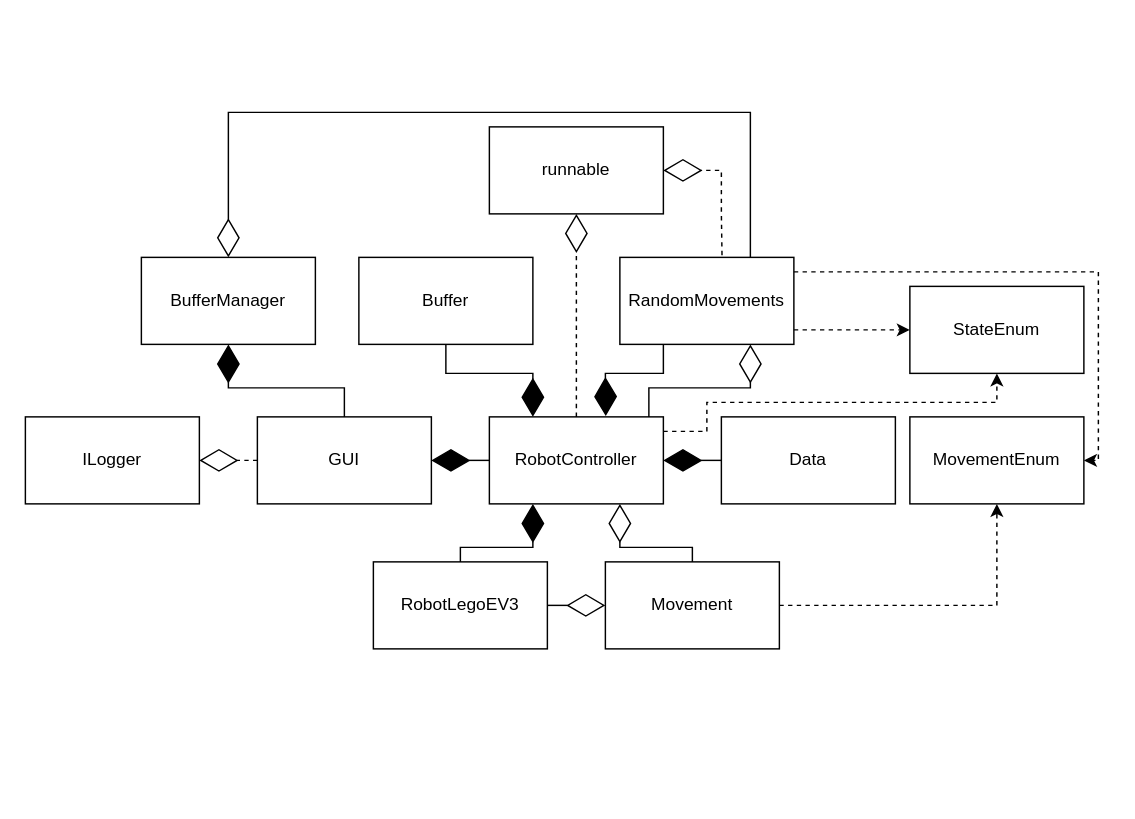
Earlier version of the draw.io diagram UML.drawio (Dexiis/FSO-TP2). Source tidied: cells renumbered, new cells numbered last; positions are measured from the earlier drawing's top-left corner, leaving out a move shared by most shapes. Both pictures are drawn from the tidied source at 145%, with x=0, y=0 at pixel (25, 112).
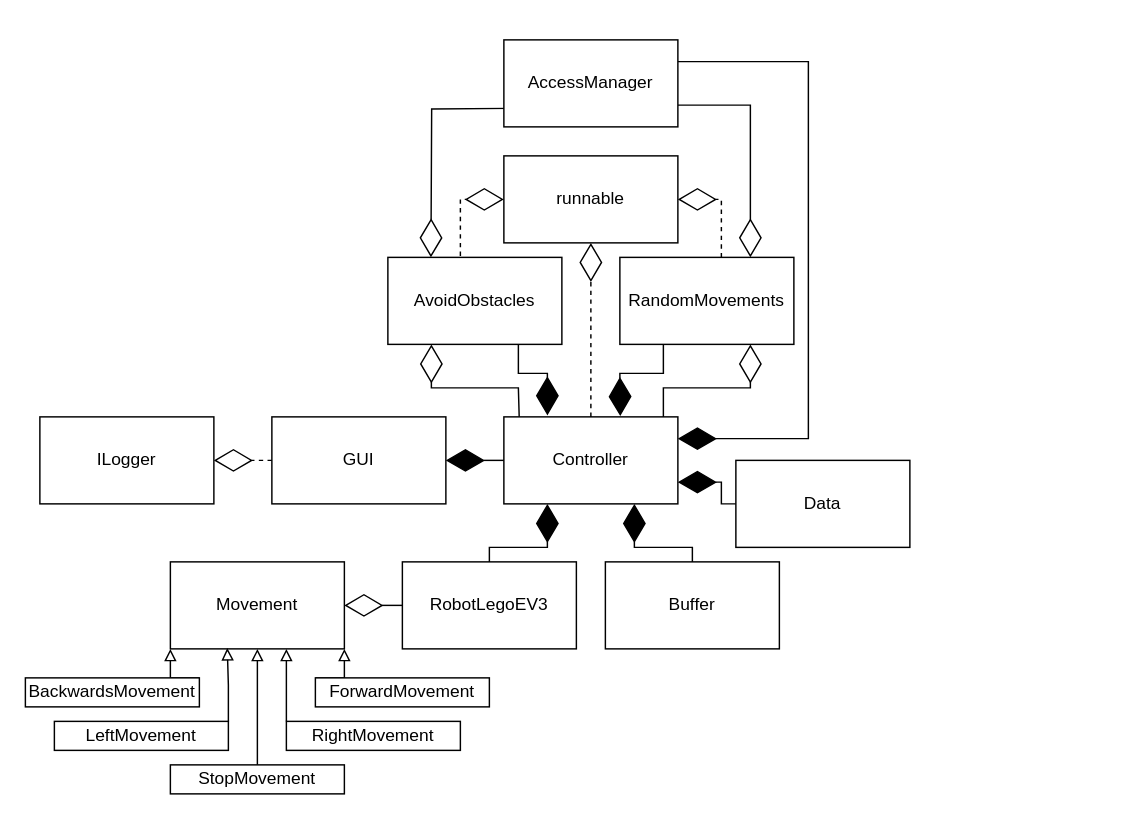
The same diagram, later.

The change refers to these unchanged cells:
```xml
<mxCell id="4" value="RandomMovements" style="rounded=0;whiteSpace=wrap;html=1;" parent="1" vertex="1">
  <mxGeometry x="410" y="100" width="120" height="60" as="geometry" />
</mxCell>
```

What changed in the source:
```diff
@@
     <mxCell id="2" value="Data" style="rounded=0;whiteSpace=wrap;html=1;" parent="1" vertex="1">
-      <mxGeometry x="480" y="210" width="120" height="60" as="geometry" />
+      <mxGeometry x="490" y="240" width="120" height="60" as="geometry" />
     </mxCell>
     <mxCell id="3" value="GUI" style="rounded=0;whiteSpace=wrap;html=1;" parent="1" vertex="1">
-      <mxGeometry x="160" y="210" width="120" height="60" as="geometry" />
+      <mxGeometry x="170" y="210" width="120" height="60" as="geometry" />
     </mxCell>
@@
     <mxCell id="5" value="runnable" style="rounded=0;whiteSpace=wrap;html=1;" parent="1" vertex="1">
-      <mxGeometry x="320" y="10" width="120" height="60" as="geometry" />
+      <mxGeometry x="330" y="30" width="120" height="60" as="geometry" />
     </mxCell>
-    <mxCell id="6" value="RobotController" style="rounded=0;whiteSpace=wrap;html=1;" parent="1" vertex="1">
-      <mxGeometry x="320" y="210" width="120" height="60" as="geometry" />
+    <mxCell id="6" value="&lt;div&gt;&lt;span style=&quot;background-color: transparent; color: light-dark(rgb(0, 0, 0), rgb(255, 255, 255));&quot;&gt;Controller&lt;/span&gt;&lt;/div&gt;" style="rounded=0;whiteSpace=wrap;html=1;" parent="1" vertex="1">
+      <mxGeometry x="330" y="210" width="120" height="60" as="geometry" />
     </mxCell>
     <mxCell id="7" style="endArrow=diamondThin;endFill=1;endSize=24;html=1;rounded=0;exitX=0;exitY=0.5;exitDx=0;exitDy=0;" parent="1" edge="1" source="6" target="3">
       <mxGeometry relative="1" as="geometry">
         <Array as="points">
-          <mxPoint x="280" y="240" />
+          <mxPoint x="290" y="240" />
         </Array>
       </mxGeometry>
     </mxCell>
     <mxCell id="8" style="endArrow=diamondThin;endFill=1;endSize=24;html=1;rounded=0;exitX=0;exitY=0.5;exitDx=0;exitDy=0;entryX=0.5;entryY=1;entryDx=0;entryDy=0;" parent="1" edge="1" source="2">
       <mxGeometry relative="1" as="geometry">
-        <mxPoint x="440" y="240" as="targetPoint" />
+        <mxPoint x="450" y="255" as="targetPoint" />
+        <Array as="points">
+          <mxPoint x="480" y="270" />
+          <mxPoint x="480" y="255" />
+        </Array>
       </mxGeometry>
     </mxCell>
     <mxCell id="9" value="Movement" style="rounded=0;whiteSpace=wrap;html=1;" parent="1" vertex="1">
-      <mxGeometry x="400" y="310" width="120" height="60" as="geometry" />
+      <mxGeometry x="100" y="310" width="120" height="60" as="geometry" />
     </mxCell>
-    <mxCell id="10" value="MovementEnum" style="rounded=0;whiteSpace=wrap;html=1;" parent="1" vertex="1">
-      <mxGeometry x="610" y="210" width="120" height="60" as="geometry" />
-    </mxCell>
     <mxCell id="11" value="ILogger" style="rounded=0;whiteSpace=wrap;html=1;" parent="1" vertex="1">
-      <mxGeometry y="210" width="120" height="60" as="geometry" />
+      <mxGeometry x="10" y="210" width="120" height="60" as="geometry" />
     </mxCell>
     <mxCell id="12" value="Buffer" style="rounded=0;whiteSpace=wrap;html=1;" parent="1" vertex="1">
-      <mxGeometry x="230" y="100" width="120" height="60" as="geometry" />
+      <mxGeometry x="400" y="310" width="120" height="60" as="geometry" />
     </mxCell>
     <mxCell id="13" value="RobotLegoEV3" style="rounded=0;whiteSpace=wrap;html=1;" parent="1" vertex="1">
-      <mxGeometry x="240" y="310" width="120" height="60" as="geometry" />
+      <mxGeometry x="260" y="310" width="120" height="60" as="geometry" />
     </mxCell>
     <mxCell id="14" style="endArrow=diamondThin;endFill=1;endSize=24;html=1;rounded=0;exitX=0.5;exitY=0;exitDx=0;exitDy=0;entryX=0.25;entryY=1;entryDx=0;entryDy=0;" parent="1" edge="1" source="13" target="6">
       <mxGeometry relative="1" as="geometry">
         <Array as="points">
-          <mxPoint x="300" y="300" />
-          <mxPoint x="350" y="300" />
+          <mxPoint x="320" y="300" />
+          <mxPoint x="360" y="300" />
         </Array>
       </mxGeometry>
     </mxCell>
-    <mxCell id="15" style="endArrow=diamondThin;endFill=0;endSize=24;html=1;rounded=0;entryX=0.25;entryY=1;entryDx=0;entryDy=0;exitX=0.5;exitY=0;exitDx=0;exitDy=0;" parent="1" edge="1" source="9">
-      <mxGeometry relative="1" as="geometry">
-        <mxPoint x="410" y="270" as="targetPoint" />
-        <Array as="points">
-          <mxPoint x="460" y="300" />
-          <mxPoint x="450" y="300" />
-          <mxPoint x="410" y="300" />
-        </Array>
-      </mxGeometry>
-    </mxCell>
-    <mxCell id="16" style="endArrow=diamondThin;endFill=0;endSize=24;html=1;rounded=0;entryX=1;entryY=0.5;entryDx=0;entryDy=0;exitX=0.587;exitY=-0.025;exitDx=0;exitDy=0;dashed=1;exitPerimeter=0;" parent="1" edge="1" source="4" target="5">
+    <mxCell id="16" style="endArrow=diamondThin;endFill=0;endSize=24;html=1;rounded=0;entryX=1;entryY=0.5;entryDx=0;entryDy=0;dashed=1;" parent="1" edge="1" target="5">
       <mxGeometry relative="1" as="geometry">
+        <mxPoint x="480" y="100" as="sourcePoint" />
         <Array as="points">
-          <mxPoint x="480" y="70" />
-          <mxPoint x="480" y="40" />
+          <mxPoint x="480" y="60" />
         </Array>
       </mxGeometry>
     </mxCell>
@@
-    <mxCell id="19" style="endArrow=diamondThin;endFill=0;endSize=24;html=1;rounded=0;entryX=0;entryY=0.5;entryDx=0;entryDy=0;" parent="1" edge="1" target="9">
-      <mxGeometry relative="1" as="geometry">
-        <mxPoint x="360" y="340" as="sourcePoint" />
-      </mxGeometry>
+    <mxCell id="19" style="endArrow=diamondThin;endFill=0;endSize=24;html=1;rounded=0;entryX=1;entryY=0.5;entryDx=0;entryDy=0;exitX=0;exitY=0.5;exitDx=0;exitDy=0;" parent="1" edge="1" source="13" target="9">
+      <mxGeometry relative="1" as="geometry" />
     </mxCell>
-    <mxCell id="20" style="endArrow=classic;html=1;rounded=0;dashed=1;entryX=0.5;entryY=1;entryDx=0;entryDy=0;fontStyle=1;" parent="1" edge="1" target="10">
-      <mxGeometry relative="1" as="geometry">
-        <mxPoint x="520" y="340" as="sourcePoint" />
-        <Array as="points">
-          <mxPoint x="670" y="340" />
-        </Array>
-      </mxGeometry>
-    </mxCell>
-    <mxCell id="21" value="StateEnum" style="rounded=0;whiteSpace=wrap;html=1;" parent="1" vertex="1">
-      <mxGeometry x="610" y="120" width="120" height="60" as="geometry" />
-    </mxCell>
     <mxCell id="22" style="endArrow=diamondThin;endFill=0;endSize=24;html=1;rounded=0;entryX=0.75;entryY=1;entryDx=0;entryDy=0;" parent="1" edge="1" target="4">
       <mxGeometry relative="1" as="geometry">
-        <mxPoint x="430" y="210" as="sourcePoint" />
+        <mxPoint x="440" y="210" as="sourcePoint" />
         <Array as="points">
-          <mxPoint x="430" y="190" />
+          <mxPoint x="440" y="190" />
           <mxPoint x="500" y="190" />
         </Array>
       </mxGeometry>
     </mxCell>
     <mxCell id="23" style="endArrow=diamondThin;endFill=1;endSize=24;html=1;rounded=0;entryX=0.669;entryY=-0.009;entryDx=0;entryDy=0;entryPerimeter=0;exitX=0.25;exitY=1;exitDx=0;exitDy=0;" parent="1" edge="1" source="4" target="6">
       <mxGeometry relative="1" as="geometry">
         <Array as="points">
           <mxPoint x="440" y="180" />
-          <mxPoint x="400" y="180" />
+          <mxPoint x="410" y="180" />
         </Array>
       </mxGeometry>
     </mxCell>
-    <mxCell id="24" style="endArrow=diamondThin;endFill=1;endSize=24;html=1;rounded=0;entryX=0.25;entryY=0;entryDx=0;entryDy=0;exitX=0.5;exitY=1;exitDx=0;exitDy=0;" parent="1" edge="1" source="12" target="6">
+    <mxCell id="24" style="endArrow=diamondThin;endFill=1;endSize=24;html=1;rounded=0;entryX=0.75;entryY=1;entryDx=0;entryDy=0;exitX=0.5;exitY=0;exitDx=0;exitDy=0;" parent="1" edge="1" source="12" target="6">
       <mxGeometry relative="1" as="geometry">
         <Array as="points">
-          <mxPoint x="290" y="180" />
-          <mxPoint x="350" y="180" />
+          <mxPoint x="460" y="300" />
+          <mxPoint x="420" y="300" />
         </Array>
       </mxGeometry>
     </mxCell>
-    <mxCell id="25" style="endArrow=classic;html=1;rounded=0;dashed=1;entryX=1;entryY=0.5;entryDx=0;entryDy=0;exitX=1;exitY=0.5;exitDx=0;exitDy=0;" parent="1" edge="1" target="10">
-      <mxGeometry relative="1" as="geometry">
-        <mxPoint x="530" y="110" as="sourcePoint" />
-        <Array as="points">
-          <mxPoint x="600" y="110" />
-          <mxPoint x="740" y="110" />
-          <mxPoint x="740" y="240" />
-        </Array>
-      </mxGeometry>
-    </mxCell>
-    <mxCell id="26" style="endArrow=classic;html=1;rounded=0;dashed=1;entryX=0.5;entryY=1;entryDx=0;entryDy=0;exitX=1;exitY=0.5;exitDx=0;exitDy=0;" parent="1" edge="1" target="21">
-      <mxGeometry relative="1" as="geometry">
-        <mxPoint x="440" y="220" as="sourcePoint" />
-        <Array as="points">
-          <mxPoint x="470" y="220" />
-          <mxPoint x="470" y="200" />
-          <mxPoint x="510" y="200" />
-          <mxPoint x="670" y="200" />
-        </Array>
-      </mxGeometry>
-    </mxCell>
-    <mxCell id="27" style="endArrow=classic;html=1;rounded=0;dashed=1;entryX=0;entryY=0.5;entryDx=0;entryDy=0;exitX=1;exitY=0.5;exitDx=0;exitDy=0;" parent="1" edge="1" target="21">
-      <mxGeometry relative="1" as="geometry">
-        <mxPoint x="530" y="150" as="sourcePoint" />
-        <Array as="points">
-          <mxPoint x="560" y="150" />
-          <mxPoint x="590" y="150" />
-        </Array>
-      </mxGeometry>
-    </mxCell>
+    <mxCell id="31" style="edgeStyle=orthogonalEdgeStyle;rounded=0;jettySize=auto;html=1;exitX=1;exitY=0.75;exitDx=0;exitDy=0;entryX=0.75;entryY=0;entryDx=0;entryDy=0;endArrow=diamondThin;endFill=0;endSize=24;" parent="1" edge="1" source="28" target="4">
+      <mxGeometry relative="1" as="geometry" />
+    </mxCell>
+    <mxCell id="32" style="edgeStyle=orthogonalEdgeStyle;rounded=0;orthogonalLoop=1;jettySize=auto;html=1;exitX=0;exitY=0.75;exitDx=0;exitDy=0;entryX=0.161;entryY=-0.036;entryDx=0;entryDy=0;entryPerimeter=0;endSize=24;endArrow=diamondThin;endFill=0;" parent="1" edge="1">
+      <mxGeometry relative="1" as="geometry">
+        <mxPoint x="340.3" y="-2.8" as="sourcePoint" />
+        <mxPoint x="279.7" y="100" as="targetPoint" />
+      </mxGeometry>
+    </mxCell>
+    <mxCell id="33" style="edgeStyle=orthogonalEdgeStyle;rounded=0;jettySize=auto;html=1;exitX=1;exitY=0.25;exitDx=0;exitDy=0;entryX=1;entryY=0.25;entryDx=0;entryDy=0;endSize=24;endArrow=diamondThin;endFill=1;" parent="1" edge="1" source="28" target="6">
+      <mxGeometry relative="1" as="geometry">
+        <Array as="points">
+          <mxPoint x="540" y="-35" />
+          <mxPoint x="540" y="225" />
+        </Array>
+      </mxGeometry>
+    </mxCell>
-    <mxCell id="28" value="BufferManager" style="rounded=0;whiteSpace=wrap;html=1;" parent="1" vertex="1">
-      <mxGeometry x="80" y="100" width="120" height="60" as="geometry" />
+    <mxCell id="28" value="Access&lt;span style=&quot;background-color: transparent; color: light-dark(rgb(0, 0, 0), rgb(255, 255, 255));&quot;&gt;Manager&lt;/span&gt;" style="rounded=0;whiteSpace=wrap;html=1;" parent="1" vertex="1">
+      <mxGeometry x="330" y="-50" width="120" height="60" as="geometry" />
     </mxCell>
-    <mxCell id="29" style="endArrow=diamondThin;endFill=1;endSize=24;html=1;rounded=0;exitX=0.5;exitY=0;exitDx=0;exitDy=0;" parent="1" edge="1" source="3">
-      <mxGeometry relative="1" as="geometry">
-        <mxPoint x="140" y="160" as="targetPoint" />
-        <Array as="points">
-          <mxPoint x="220" y="190" />
-          <mxPoint x="140" y="190" />
-          <mxPoint x="140" y="160" />
-        </Array>
-      </mxGeometry>
-    </mxCell>
-    <mxCell id="30" style="endArrow=diamondThin;endFill=0;endSize=24;html=1;rounded=0;entryX=0.5;entryY=0;entryDx=0;entryDy=0;exitX=0.75;exitY=0;exitDx=0;exitDy=0;" parent="1" edge="1" source="4" target="28">
-      <mxGeometry relative="1" as="geometry">
-        <Array as="points">
-          <mxPoint x="500" />
-          <mxPoint x="140" />
-        </Array>
-      </mxGeometry>
-    </mxCell>
+    <mxCell id="34" value="AvoidObstacles" style="rounded=0;whiteSpace=wrap;html=1;" parent="1" vertex="1">
+      <mxGeometry x="250" y="100" width="120" height="60" as="geometry" />
+    </mxCell>
+    <mxCell id="35" style="endArrow=diamondThin;endFill=1;endSize=24;html=1;rounded=0;entryX=0.669;entryY=-0.009;entryDx=0;entryDy=0;entryPerimeter=0;exitX=0.75;exitY=1;exitDx=0;exitDy=0;" parent="1" edge="1" source="34">
+      <mxGeometry relative="1" as="geometry">
+        <mxPoint x="360" y="209" as="targetPoint" />
+        <Array as="points">
+          <mxPoint x="340" y="180" />
+          <mxPoint x="360" y="180" />
+        </Array>
+      </mxGeometry>
+    </mxCell>
+    <mxCell id="36" style="endArrow=diamondThin;endFill=0;endSize=24;html=1;rounded=0;entryX=0;entryY=0.5;entryDx=0;entryDy=0;dashed=1;" parent="1" edge="1" target="5">
+      <mxGeometry relative="1" as="geometry">
+        <mxPoint x="300" y="99" as="sourcePoint" />
+        <Array as="points">
+          <mxPoint x="300" y="60" />
+        </Array>
+      </mxGeometry>
+    </mxCell>
+    <mxCell id="37" style="endArrow=diamondThin;endFill=0;endSize=24;html=1;rounded=0;entryX=0.25;entryY=1;entryDx=0;entryDy=0;exitX=0.088;exitY=-0.002;exitDx=0;exitDy=0;exitPerimeter=0;" parent="1" edge="1" source="6" target="34">
+      <mxGeometry relative="1" as="geometry">
+        <Array as="points">
+          <mxPoint x="340" y="190" />
+          <mxPoint x="280" y="190" />
+        </Array>
+      </mxGeometry>
+    </mxCell>
+    <mxCell id="38" style="edgeStyle=orthogonalEdgeStyle;rounded=0;jettySize=auto;html=1;exitX=0;exitY=0;exitDx=0;exitDy=0;entryX=1;entryY=1;entryDx=0;entryDy=0;endArrow=block;endFill=0;" parent="1" edge="1" source="39" target="9">
+      <mxGeometry relative="1" as="geometry" />
+    </mxCell>
+    <mxCell id="39" value="ForwardMovement" style="rounded=0;whiteSpace=wrap;html=1;" parent="1" vertex="1">
+      <mxGeometry x="200" y="390" width="120" height="20" as="geometry" />
+    </mxCell>
+    <mxCell id="40" style="edgeStyle=orthogonalEdgeStyle;rounded=0;jettySize=auto;html=1;exitX=1;exitY=0;exitDx=0;exitDy=0;entryX=0;entryY=1;entryDx=0;entryDy=0;endArrow=block;endFill=0;" parent="1" edge="1" source="41" target="9">
+      <mxGeometry relative="1" as="geometry" />
+    </mxCell>
+    <mxCell id="41" value="BackwardsMovement" style="rounded=0;whiteSpace=wrap;html=1;" parent="1" vertex="1">
+      <mxGeometry y="390" width="120" height="20" as="geometry" />
+    </mxCell>
+    <mxCell id="42" value="RightMovement" style="rounded=0;whiteSpace=wrap;html=1;" parent="1" vertex="1">
+      <mxGeometry x="180" y="420" width="120" height="20" as="geometry" />
+    </mxCell>
+    <mxCell id="43" value="Left&lt;span style=&quot;background-color: transparent; color: light-dark(rgb(0, 0, 0), rgb(255, 255, 255));&quot;&gt;Movement&lt;/span&gt;" style="rounded=0;whiteSpace=wrap;html=1;" parent="1" vertex="1">
+      <mxGeometry x="20" y="420" width="120" height="20" as="geometry" />
+    </mxCell>
+    <mxCell id="44" style="edgeStyle=orthogonalEdgeStyle;rounded=0;jettySize=auto;html=1;endArrow=block;endFill=0;" parent="1" edge="1" source="45" target="9">
+      <mxGeometry relative="1" as="geometry" />
+    </mxCell>
+    <mxCell id="45" value="Stop&lt;span style=&quot;background-color: transparent; color: light-dark(rgb(0, 0, 0), rgb(255, 255, 255));&quot;&gt;Movement&lt;/span&gt;" style="rounded=0;whiteSpace=wrap;html=1;" parent="1" vertex="1">
+      <mxGeometry x="100" y="450" width="120" height="20" as="geometry" />
+    </mxCell>
+    <mxCell id="46" style="edgeStyle=orthogonalEdgeStyle;rounded=0;jettySize=auto;html=1;exitX=1;exitY=0;exitDx=0;exitDy=0;entryX=0.327;entryY=0.991;entryDx=0;entryDy=0;entryPerimeter=0;endArrow=block;endFill=0;" parent="1" edge="1" source="43" target="9">
+      <mxGeometry relative="1" as="geometry" />
+    </mxCell>
+    <mxCell id="47" style="edgeStyle=orthogonalEdgeStyle;rounded=0;jettySize=auto;html=1;exitX=0;exitY=0;exitDx=0;exitDy=0;endArrow=block;endFill=0;" parent="1" edge="1" source="42">
+      <mxGeometry relative="1" as="geometry">
+        <mxPoint x="180" y="370" as="targetPoint" />
+      </mxGeometry>
+    </mxCell>
```
